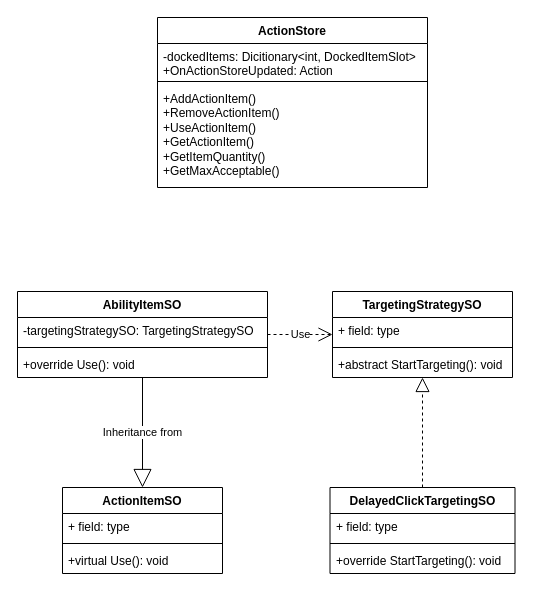
Earlier version of the draw.io diagram page "Action Store system" (2 of 2) of GreenAcademyProject.drawio (KTFox/FoxAdventure). Source tidied: cells renumbered, new cells numbered last; positions are measured from the earlier drawing's top-left corner, leaving out a move shared by most shapes. Both pictures are drawn from the tidied source at 100%, with x=0, y=0 at pixel (17, 17).
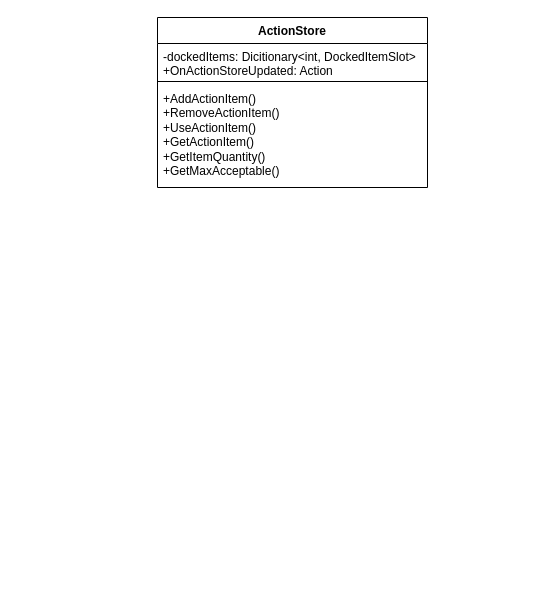
After the change.

Change to the diagram source:
```diff
@@
-    <mxCell id="6" value="AbilityItemSO" style="swimlane;fontStyle=1;align=center;verticalAlign=top;horizontal=1;startSize=26;whiteSpace=wrap;html=1;" parent="1" vertex="1">
-      <mxGeometry y="274" width="250" height="86" as="geometry" />
-    </mxCell>
-    <mxCell id="7" value="-targetingStrategySO: TargetingStrategySO" style="text;strokeColor=none;fillColor=none;align=left;verticalAlign=top;spacingLeft=4;spacingRight=4;overflow=hidden;whiteSpace=wrap;html=1;" parent="6" vertex="1">
-      <mxGeometry y="26" width="250" height="26" as="geometry" />
-    </mxCell>
-    <mxCell id="8" style="line;strokeWidth=1;fillColor=none;align=left;verticalAlign=middle;spacingTop=-1;spacingLeft=3;spacingRight=3;labelPosition=right;strokeColor=inherit;" parent="6" vertex="1">
-      <mxGeometry y="52" width="250" height="8" as="geometry" />
-    </mxCell>
-    <mxCell id="9" value="+override Use(): void" style="text;strokeColor=none;fillColor=none;align=left;verticalAlign=top;spacingLeft=4;spacingRight=4;overflow=hidden;whiteSpace=wrap;html=1;" parent="6" vertex="1">
-      <mxGeometry y="60" width="250" height="26" as="geometry" />
-    </mxCell>
-    <mxCell id="10" value="TargetingStrategySO" style="swimlane;fontStyle=1;align=center;verticalAlign=top;horizontal=1;startSize=26;whiteSpace=wrap;html=1;" parent="1" vertex="1">
-      <mxGeometry x="315" y="274" width="180" height="86" as="geometry" />
-    </mxCell>
-    <mxCell id="11" value="+ field: type" style="text;strokeColor=none;fillColor=none;align=left;verticalAlign=top;spacingLeft=4;spacingRight=4;overflow=hidden;whiteSpace=wrap;html=1;" parent="10" vertex="1">
-      <mxGeometry y="26" width="180" height="26" as="geometry" />
-    </mxCell>
-    <mxCell id="12" style="line;strokeWidth=1;fillColor=none;align=left;verticalAlign=middle;spacingTop=-1;spacingLeft=3;spacingRight=3;labelPosition=right;strokeColor=inherit;" parent="10" vertex="1">
-      <mxGeometry y="52" width="180" height="8" as="geometry" />
-    </mxCell>
-    <mxCell id="13" value="+abstract StartTargeting(): void" style="text;strokeColor=none;fillColor=none;align=left;verticalAlign=top;spacingLeft=4;spacingRight=4;overflow=hidden;whiteSpace=wrap;html=1;" parent="10" vertex="1">
-      <mxGeometry y="60" width="180" height="26" as="geometry" />
-    </mxCell>
-    <mxCell id="14" value="ActionItemSO" style="swimlane;fontStyle=1;align=center;verticalAlign=top;horizontal=1;startSize=26;whiteSpace=wrap;html=1;" parent="1" vertex="1">
-      <mxGeometry x="45" y="470" width="160" height="86" as="geometry" />
-    </mxCell>
-    <mxCell id="15" value="+ field: type" style="text;strokeColor=none;fillColor=none;align=left;verticalAlign=top;spacingLeft=4;spacingRight=4;overflow=hidden;whiteSpace=wrap;html=1;" parent="14" vertex="1">
-      <mxGeometry y="26" width="160" height="26" as="geometry" />
-    </mxCell>
-    <mxCell id="16" style="line;strokeWidth=1;fillColor=none;align=left;verticalAlign=middle;spacingTop=-1;spacingLeft=3;spacingRight=3;labelPosition=right;strokeColor=inherit;" parent="14" vertex="1">
-      <mxGeometry y="52" width="160" height="8" as="geometry" />
-    </mxCell>
-    <mxCell id="17" value="+virtual Use(): void" style="text;strokeColor=none;fillColor=none;align=left;verticalAlign=top;spacingLeft=4;spacingRight=4;overflow=hidden;whiteSpace=wrap;html=1;" parent="14" vertex="1">
-      <mxGeometry y="60" width="160" height="26" as="geometry" />
-    </mxCell>
-    <mxCell id="18" value="Inheritance from" style="endArrow=block;endSize=16;endFill=0;html=1;rounded=0;" parent="1" edge="1" source="6" target="14">
-      <mxGeometry relative="1" as="geometry" />
-    </mxCell>
-    <mxCell id="19" value="DelayedClickTargetingSO" style="swimlane;fontStyle=1;align=center;verticalAlign=top;horizontal=1;startSize=26;whiteSpace=wrap;html=1;" parent="1" vertex="1">
-      <mxGeometry x="312.5" y="470" width="185" height="86" as="geometry" />
-    </mxCell>
-    <mxCell id="20" value="+ field: type" style="text;strokeColor=none;fillColor=none;align=left;verticalAlign=top;spacingLeft=4;spacingRight=4;overflow=hidden;whiteSpace=wrap;html=1;" parent="19" vertex="1">
-      <mxGeometry y="26" width="185" height="26" as="geometry" />
-    </mxCell>
-    <mxCell id="21" style="line;strokeWidth=1;fillColor=none;align=left;verticalAlign=middle;spacingTop=-1;spacingLeft=3;spacingRight=3;labelPosition=right;strokeColor=inherit;" parent="19" vertex="1">
-      <mxGeometry y="52" width="185" height="8" as="geometry" />
-    </mxCell>
-    <mxCell id="22" value="+override StartTargeting(): void" style="text;strokeColor=none;fillColor=none;align=left;verticalAlign=top;spacingLeft=4;spacingRight=4;overflow=hidden;whiteSpace=wrap;html=1;" parent="19" vertex="1">
-      <mxGeometry y="60" width="185" height="26" as="geometry" />
-    </mxCell>
-    <mxCell id="23" style="endArrow=block;dashed=1;endFill=0;endSize=12;html=1;rounded=0;" parent="1" edge="1" source="19" target="10">
-      <mxGeometry relative="1" as="geometry" />
-    </mxCell>
-    <mxCell id="24" value="Use" style="endArrow=open;endSize=12;dashed=1;html=1;rounded=0;" parent="1" edge="1" source="6" target="10">
-      <mxGeometry relative="1" as="geometry" />
-    </mxCell>
```
